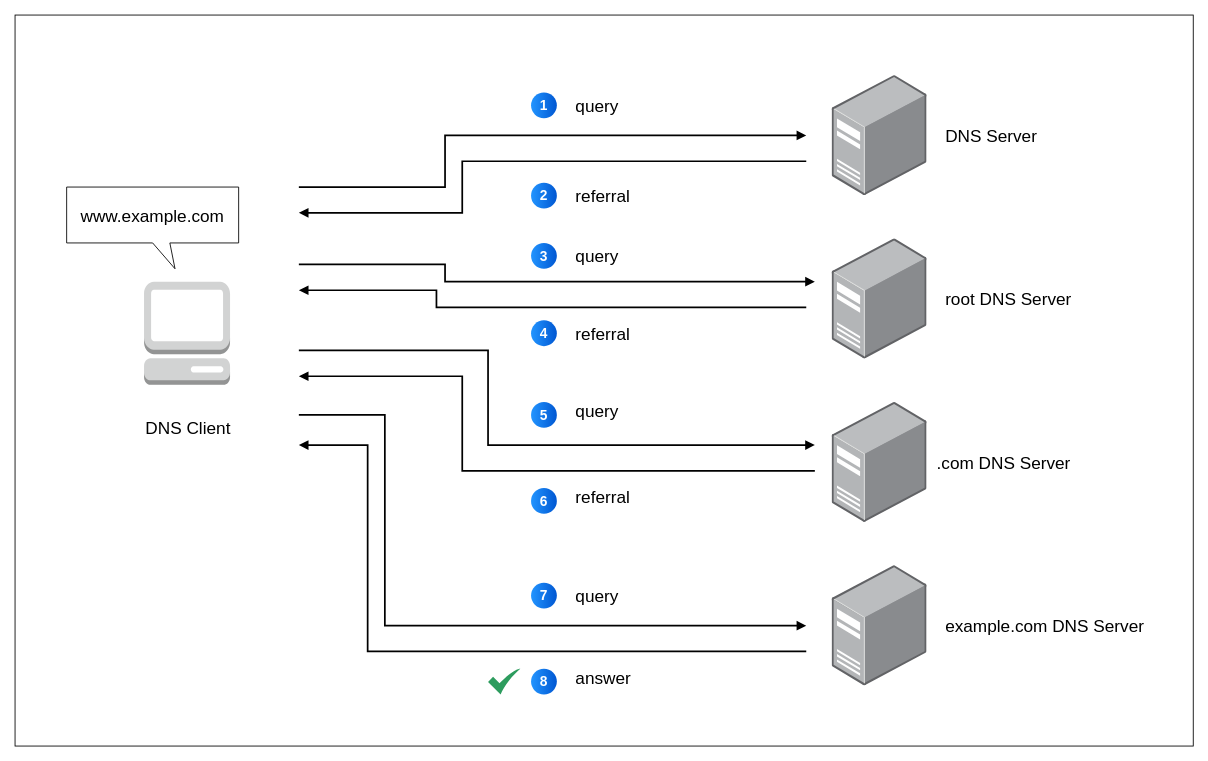
joseeden/joeden keeps this draw.io diagram as page "basics-dns-iterative" (13 of 13) of assets/drawio/all-things-network.drawio. Above is the earlier version. Source tidied: cells renumbered, new cells numbered last; positions are measured from the earlier drawing's top-left corner, leaving out a move shared by most shapes. Both pictures are drawn from the tidied source at 86%, with x=0, y=0 at pixel (15, 15).
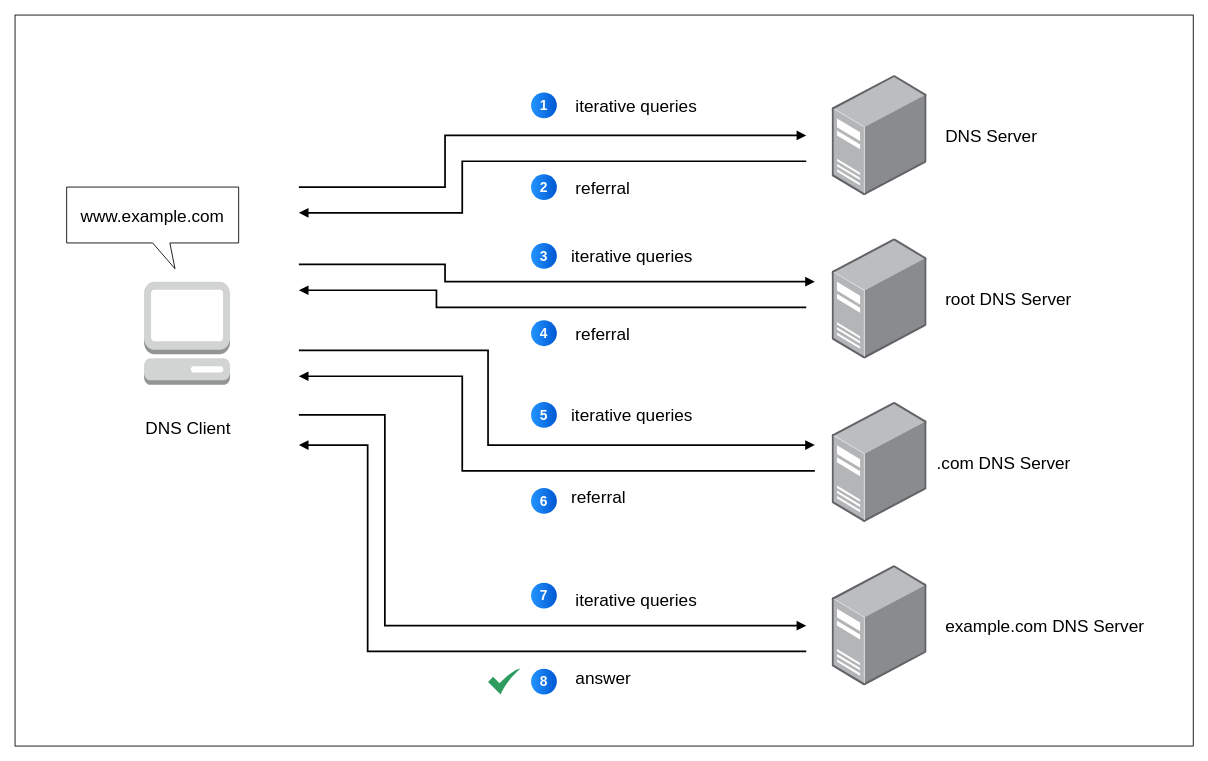
After the change.

Diff of the diagram source:
```diff
@@
     <mxCell id="17" value="2" style="ellipse;whiteSpace=wrap;html=1;rotation=0;gradientColor=#0057D2;strokeColor=none;gradientDirection=east;fillColor=#2395FF;rounded=0;fontFamily=Helvetica;fontSize=16;fontColor=#FFFFFF;spacingTop=4;spacingBottom=4;spacingLeft=4;spacingRight=4;fontStyle=1;" parent="1" vertex="1">
-      <mxGeometry x="600" y="195" width="30" height="30" as="geometry" />
+      <mxGeometry x="600" y="185" width="30" height="30" as="geometry" />
     </mxCell>
-    <mxCell id="18" value="&lt;font style=&quot;font-size: 20px;&quot;&gt;query&lt;/font&gt;" style="rounded=0;whiteSpace=wrap;html=1;strokeColor=none;fillColor=none;align=left;" parent="1" vertex="1">
-      <mxGeometry x="650" y="75" width="120" height="60" as="geometry" />
+    <mxCell id="18" value="&lt;font style=&quot;font-size: 20px;&quot;&gt;iterative queries&lt;/font&gt;" style="rounded=0;whiteSpace=wrap;html=1;strokeColor=none;fillColor=none;align=left;" parent="1" vertex="1">
+      <mxGeometry x="650" y="75" width="160" height="60" as="geometry" />
     </mxCell>
     <mxCell id="19" value="&lt;font style=&quot;font-size: 20px;&quot;&gt;referral&lt;/font&gt;" style="rounded=0;whiteSpace=wrap;html=1;strokeColor=none;fillColor=none;align=left;" parent="1" vertex="1">
-      <mxGeometry x="650" y="180" width="120" height="60" as="geometry" />
+      <mxGeometry x="650" y="170" width="120" height="60" as="geometry" />
     </mxCell>
@@
-    <mxCell id="22" value="&lt;font style=&quot;font-size: 20px;&quot;&gt;query&lt;/font&gt;" style="rounded=0;whiteSpace=wrap;html=1;strokeColor=none;fillColor=none;align=left;" parent="1" vertex="1">
-      <mxGeometry x="650" y="250" width="120" height="60" as="geometry" />
-    </mxCell>
@@
-    <mxCell id="34" value="&lt;font style=&quot;font-size: 20px;&quot;&gt;query&lt;/font&gt;" style="rounded=0;whiteSpace=wrap;html=1;strokeColor=none;fillColor=none;align=left;" parent="1" vertex="1">
-      <mxGeometry x="650" y="430" width="120" height="60" as="geometry" />
-    </mxCell>
-    <mxCell id="35" value="&lt;font style=&quot;font-size: 20px;&quot;&gt;query&lt;/font&gt;" style="rounded=0;whiteSpace=wrap;html=1;strokeColor=none;fillColor=none;align=left;" parent="1" vertex="1">
-      <mxGeometry x="650" y="645" width="120" height="60" as="geometry" />
-    </mxCell>
     <mxCell id="36" value="&lt;font style=&quot;font-size: 20px;&quot;&gt;referral&lt;/font&gt;" style="rounded=0;whiteSpace=wrap;html=1;strokeColor=none;fillColor=none;align=left;" parent="1" vertex="1">
-      <mxGeometry x="650" y="530" width="120" height="60" as="geometry" />
+      <mxGeometry x="645" y="530" width="120" height="60" as="geometry" />
     </mxCell>
@@
+    <mxCell id="39" value="&lt;font style=&quot;font-size: 20px;&quot;&gt;iterative queries&lt;/font&gt;" style="rounded=0;whiteSpace=wrap;html=1;strokeColor=none;fillColor=none;align=left;" parent="1" vertex="1">
+      <mxGeometry x="645" y="250" width="160" height="60" as="geometry" />
+    </mxCell>
+    <mxCell id="40" value="&lt;font style=&quot;font-size: 20px;&quot;&gt;iterative queries&lt;/font&gt;" style="rounded=0;whiteSpace=wrap;html=1;strokeColor=none;fillColor=none;align=left;" parent="1" vertex="1">
+      <mxGeometry x="645" y="435" width="160" height="60" as="geometry" />
+    </mxCell>
+    <mxCell id="41" value="&lt;font style=&quot;font-size: 20px;&quot;&gt;iterative queries&lt;/font&gt;" style="rounded=0;whiteSpace=wrap;html=1;strokeColor=none;fillColor=none;align=left;" parent="1" vertex="1">
+      <mxGeometry x="650" y="650" width="160" height="60" as="geometry" />
+    </mxCell>
```
